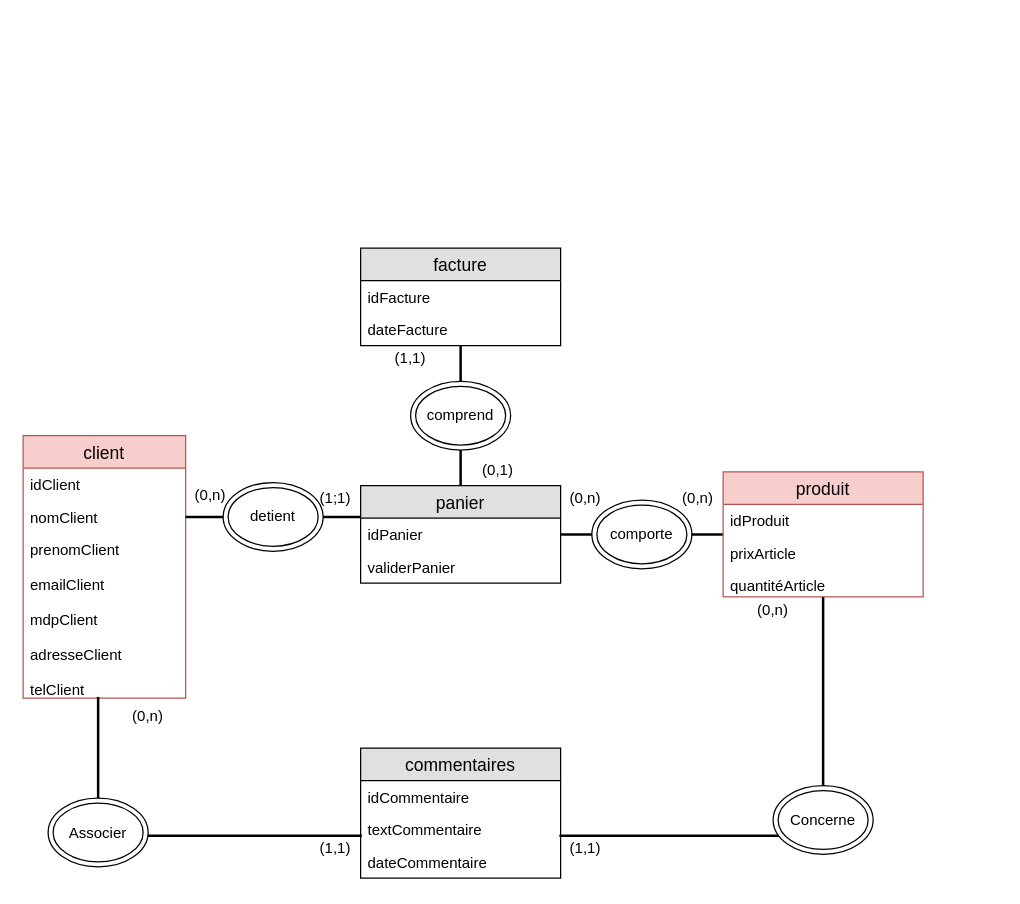
Earlier version of the draw.io diagram Untitled Diagram.drawio (Vashthestupid/Groupe_6). Source tidied: cells renumbered, new cells numbered last; positions are measured from the earlier drawing's top-left corner, leaving out a move shared by most shapes. Both pictures are drawn from the tidied source at 125%, with x=0, y=0 at pixel (22, 248).
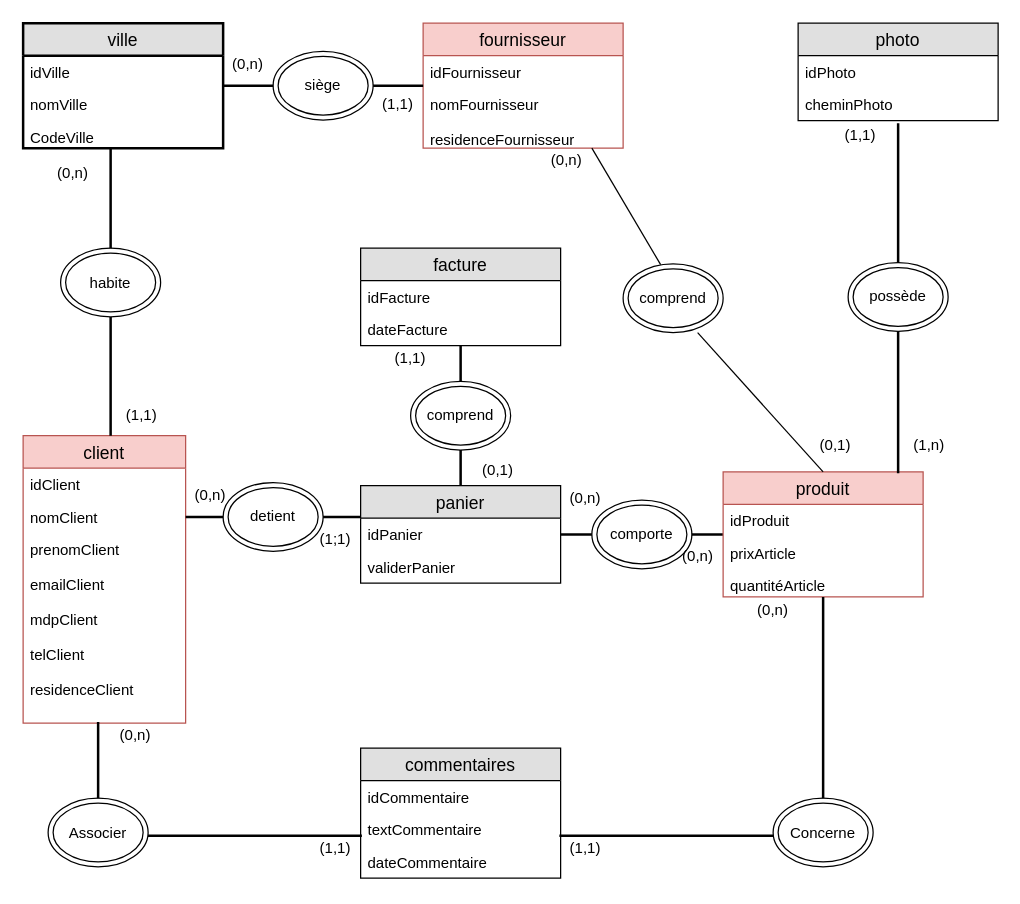
After the change.

Unchanged cells that the change refers to:
```xml
<mxCell id="22" value="produit" style="swimlane;fontStyle=0;horizontal=1;startSize=26;fillColor=#f8cecc;swimlaneFillColor=#ffffff;align=center;fontSize=14;strokeColor=#b85450;" parent="1" vertex="1">
  <mxGeometry x="560" y="179" width="160" height="100" as="geometry" />
</mxCell>
```

Diff of the diagram source:
```diff
@@
     <mxCell id="2" value="client" style="swimlane;fontStyle=0;horizontal=1;startSize=26;fillColor=#f8cecc;swimlaneFillColor=#ffffff;align=center;fontSize=14;strokeColor=#b85450;" parent="1" vertex="1">
-      <mxGeometry y="150" width="130" height="210" as="geometry" />
+      <mxGeometry y="150" width="130" height="230" as="geometry" />
     </mxCell>
@@
-    <mxCell id="5" value="prenomClient&#10;&#10;emailClient&#10;&#10;mdpClient&#10;&#10;adresseClient&#10;&#10;telClient" style="text;strokeColor=none;fillColor=none;spacingLeft=4;spacingRight=4;overflow=hidden;fontSize=12;" parent="2" vertex="1">
-      <mxGeometry y="78" width="130" height="132" as="geometry" />
+    <mxCell id="5" value="prenomClient&#10;&#10;emailClient&#10;&#10;mdpClient&#10;&#10;telClient&#10;&#10;residenceClient&#10;" style="text;strokeColor=none;fillColor=none;spacingLeft=4;spacingRight=4;overflow=hidden;fontSize=12;" parent="2" vertex="1">
+      <mxGeometry y="78" width="130" height="152" as="geometry" />
     </mxCell>
@@
     <mxCell id="12" value="(1;1)" style="text;html=1;strokeColor=none;fillColor=none;align=center;verticalAlign=middle;whiteSpace=wrap;rounded=0;" parent="1" vertex="1">
-      <mxGeometry x="230" y="190" width="40" height="20" as="geometry" />
+      <mxGeometry x="230" y="222.5" width="40" height="20" as="geometry" />
     </mxCell>
@@
     <mxCell id="27" value="(0,n)&lt;span style=&quot;color: rgba(0 , 0 , 0 , 0) ; font-family: monospace ; font-size: 0px ; white-space: nowrap&quot;&gt;3CmxGraphModel%3E%3Croot%3E%3CmxCell%20id%3D%220%22%2F%3E%3CmxCell%20id%3D%221%22%20parent%3D%220%22%2F%3E%3CmxCell%20id%3D%222%22%20value%3D%22comprend%22%20style%3D%22ellipse%3Bshape%3DdoubleEllipse%3BwhiteSpace%3Dwrap%3Bhtml%3D1%3B%22%20vertex%3D%221%22%20parent%3D%221%22%3E%3CmxGeometry%20x%3D%22350%22%20y%3D%22316.5%22%20width%3D%2280%22%20height%3D%2255%22%20as%3D%22geometry%22%2F%3E%3C%2FmxCell%3E%3C%2Froot%3E%3C%2FmxGraphModel%3E)&lt;/span&gt;" style="text;html=1;strokeColor=none;fillColor=none;align=center;verticalAlign=middle;whiteSpace=wrap;rounded=0;" parent="1" vertex="1">
-      <mxGeometry x="520" y="190" width="40" height="20" as="geometry" />
+      <mxGeometry x="520" y="236.5" width="40" height="20" as="geometry" />
     </mxCell>
+    <mxCell id="40" value="ville" style="swimlane;fontStyle=0;horizontal=1;startSize=26;fillColor=#e0e0e0;swimlaneFillColor=#ffffff;align=center;fontSize=14;strokeWidth=2;" parent="1" vertex="1">
+      <mxGeometry y="-180" width="160" height="100" as="geometry" />
+    </mxCell>
+    <mxCell id="41" value="idVille" style="text;strokeColor=none;fillColor=none;spacingLeft=4;spacingRight=4;overflow=hidden;fontSize=12;" parent="40" vertex="1">
+      <mxGeometry y="26" width="160" height="26" as="geometry" />
+    </mxCell>
+    <mxCell id="42" value="nomVille" style="text;strokeColor=none;fillColor=none;spacingLeft=4;spacingRight=4;overflow=hidden;fontSize=12;" parent="40" vertex="1">
+      <mxGeometry y="52" width="160" height="26" as="geometry" />
+    </mxCell>
+    <mxCell id="43" value="CodeVille" style="text;strokeColor=none;fillColor=none;spacingLeft=4;spacingRight=4;overflow=hidden;fontSize=12;" parent="40" vertex="1">
+      <mxGeometry y="78" width="160" height="22" as="geometry" />
+    </mxCell>
+    <mxCell id="44" value="photo" style="swimlane;fontStyle=0;horizontal=1;startSize=26;fillColor=#e0e0e0;swimlaneFillColor=#ffffff;align=center;fontSize=14;strokeWidth=1;" parent="1" vertex="1">
+      <mxGeometry x="620" y="-180" width="160" height="78" as="geometry" />
+    </mxCell>
+    <mxCell id="45" value="idPhoto" style="text;strokeColor=none;fillColor=none;spacingLeft=4;spacingRight=4;overflow=hidden;fontSize=12;" parent="44" vertex="1">
+      <mxGeometry y="26" width="160" height="26" as="geometry" />
+    </mxCell>
+    <mxCell id="46" value="cheminPhoto" style="text;strokeColor=none;fillColor=none;spacingLeft=4;spacingRight=4;overflow=hidden;fontSize=12;" parent="44" vertex="1">
+      <mxGeometry y="52" width="160" height="26" as="geometry" />
+    </mxCell>
+    <mxCell id="47" value="fournisseur" style="swimlane;fontStyle=0;horizontal=1;startSize=26;fillColor=#f8cecc;swimlaneFillColor=#ffffff;align=center;fontSize=14;strokeWidth=1;strokeColor=#b85450;" parent="1" vertex="1">
+      <mxGeometry x="320" y="-180" width="160" height="100" as="geometry" />
+    </mxCell>
+    <mxCell id="48" value="idFournisseur" style="text;strokeColor=none;fillColor=none;spacingLeft=4;spacingRight=4;overflow=hidden;fontSize=12;" parent="47" vertex="1">
+      <mxGeometry y="26" width="160" height="26" as="geometry" />
+    </mxCell>
+    <mxCell id="49" value="nomFournisseur&#10;&#10;residenceFournisseur" style="text;strokeColor=none;fillColor=none;spacingLeft=4;spacingRight=4;overflow=hidden;fontSize=12;" parent="47" vertex="1">
+      <mxGeometry y="52" width="160" height="48" as="geometry" />
+    </mxCell>
@@
     <mxCell id="32" style="shape=partialRectangle;whiteSpace=wrap;html=1;top=0;left=0;fillColor=none;strokeWidth=2;direction=south;" parent="1" vertex="1">
-      <mxGeometry x="60" y="360" width="210" height="110" as="geometry" />
+      <mxGeometry x="60" y="380" width="210" height="90" as="geometry" />
     </mxCell>
@@
     <mxCell id="34" value="Concerne" style="ellipse;shape=doubleEllipse;whiteSpace=wrap;html=1;" parent="1" vertex="1">
-      <mxGeometry x="600" y="430" width="80" height="55" as="geometry" />
+      <mxGeometry x="600" y="440" width="80" height="55" as="geometry" />
     </mxCell>
@@
     <mxCell id="38" value="(0,n)" style="text;html=1;strokeColor=none;fillColor=none;align=center;verticalAlign=middle;whiteSpace=wrap;rounded=0;" parent="1" vertex="1">
-      <mxGeometry x="80" y="365" width="40" height="20" as="geometry" />
+      <mxGeometry x="70" y="380" width="40" height="20" as="geometry" />
     </mxCell>
@@
+    <mxCell id="50" style="endArrow=none;html=1;entryX=0.5;entryY=0;entryDx=0;entryDy=0;exitX=0.745;exitY=1.002;exitDx=0;exitDy=0;exitPerimeter=0;" parent="1" edge="1" source="51" target="22">
+      <mxGeometry relative="1" as="geometry" />
+    </mxCell>
+    <mxCell id="51" value="comprend" style="ellipse;shape=doubleEllipse;whiteSpace=wrap;html=1;direction=east;" parent="1" vertex="1">
+      <mxGeometry x="480" y="12.5" width="80" height="55" as="geometry" />
+    </mxCell>
+    <mxCell id="52" style="endArrow=none;html=1;exitX=1;exitY=0;exitDx=0;exitDy=0;entryX=0.375;entryY=0.013;entryDx=0;entryDy=0;entryPerimeter=0;" parent="1" edge="1" source="54" target="51">
+      <mxGeometry relative="1" as="geometry" />
+    </mxCell>
+    <mxCell id="53" value="(0,1)" style="text;html=1;strokeColor=none;fillColor=none;align=center;verticalAlign=middle;whiteSpace=wrap;rounded=0;" parent="1" vertex="1">
+      <mxGeometry x="630" y="147.5" width="40" height="20" as="geometry" />
+    </mxCell>
+    <mxCell id="54" value="(0,n)" style="text;html=1;strokeColor=none;fillColor=none;align=center;verticalAlign=middle;whiteSpace=wrap;rounded=0;" parent="1" vertex="1">
+      <mxGeometry x="415" y="-80" width="40" height="20" as="geometry" />
+    </mxCell>
+    <mxCell id="55" style="line;strokeWidth=2;direction=south;html=1;" parent="1" vertex="1">
+      <mxGeometry x="65" y="-80" width="10" height="230" as="geometry" />
+    </mxCell>
+    <mxCell id="56" value="habite" style="ellipse;shape=doubleEllipse;whiteSpace=wrap;html=1;direction=east;" parent="1" vertex="1">
+      <mxGeometry x="30" width="80" height="55" as="geometry" />
+    </mxCell>
+    <mxCell id="57" style="line;strokeWidth=2;html=1;" parent="1" vertex="1">
+      <mxGeometry x="160" y="-135" width="160" height="10" as="geometry" />
+    </mxCell>
+    <mxCell id="58" value="siège" style="ellipse;shape=doubleEllipse;whiteSpace=wrap;html=1;direction=east;" parent="1" vertex="1">
+      <mxGeometry x="200" y="-157.5" width="80" height="55" as="geometry" />
+    </mxCell>
+    <mxCell id="59" value="(1,1)" style="text;html=1;strokeColor=none;fillColor=none;align=center;verticalAlign=middle;whiteSpace=wrap;rounded=0;" parent="1" vertex="1">
+      <mxGeometry x="75" y="124" width="40" height="20" as="geometry" />
+    </mxCell>
+    <mxCell id="60" value="(0,n)" style="text;html=1;strokeColor=none;fillColor=none;align=center;verticalAlign=middle;whiteSpace=wrap;rounded=0;" parent="1" vertex="1">
+      <mxGeometry x="20" y="-70" width="40" height="20" as="geometry" />
+    </mxCell>
+    <mxCell id="61" value="(1,1)" style="text;html=1;strokeColor=none;fillColor=none;align=center;verticalAlign=middle;whiteSpace=wrap;rounded=0;" parent="1" vertex="1">
+      <mxGeometry x="280" y="-125" width="40" height="20" as="geometry" />
+    </mxCell>
+    <mxCell id="62" value="(0,n)" style="text;html=1;strokeColor=none;fillColor=none;align=center;verticalAlign=middle;whiteSpace=wrap;rounded=0;" parent="1" vertex="1">
+      <mxGeometry x="160" y="-157.5" width="40" height="20" as="geometry" />
+    </mxCell>
+    <mxCell id="63" style="line;strokeWidth=2;direction=south;html=1;" parent="1" vertex="1">
+      <mxGeometry x="695" y="-100" width="10" height="280" as="geometry" />
+    </mxCell>
+    <mxCell id="64" value="possède" style="ellipse;shape=doubleEllipse;whiteSpace=wrap;html=1;direction=east;" parent="1" vertex="1">
+      <mxGeometry x="660" y="11.5" width="80" height="55" as="geometry" />
+    </mxCell>
+    <mxCell id="65" value="(1,n)" style="text;html=1;strokeColor=none;fillColor=none;align=center;verticalAlign=middle;whiteSpace=wrap;rounded=0;" parent="1" vertex="1">
+      <mxGeometry x="705" y="147.5" width="40" height="20" as="geometry" />
+    </mxCell>
+    <mxCell id="66" value="(1,1)" style="text;html=1;strokeColor=none;fillColor=none;align=center;verticalAlign=middle;whiteSpace=wrap;rounded=0;" parent="1" vertex="1">
+      <mxGeometry x="650" y="-100" width="40" height="20" as="geometry" />
+    </mxCell>
```
